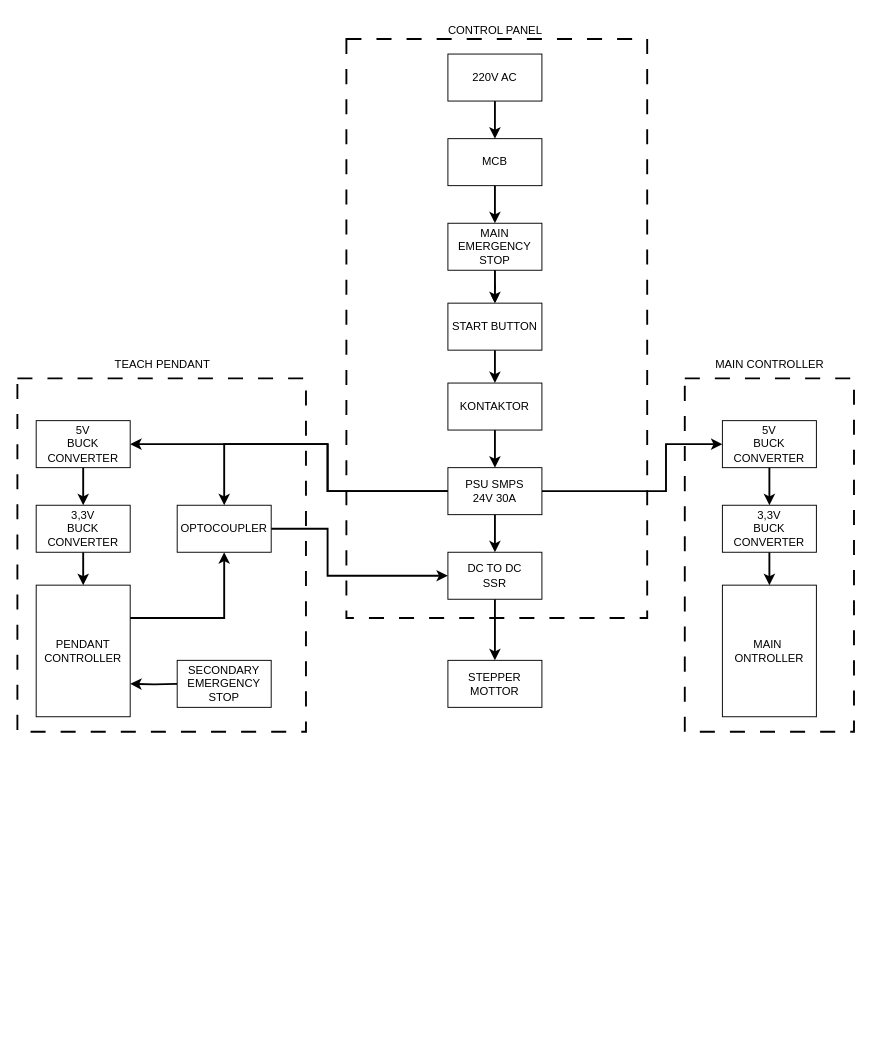
Before: page "Tanpa Penanda" (2 of 2) of Breakdown/Arm Manipulator Electricall Supply Circuit.drawio in AlfonsusGiovanni/Welding-Arm-Manipulator, a draw.io diagram. Source tidied: cells renumbered, new cells numbered last; positions are measured from the earlier drawing's top-left corner, leaving out a move shared by most shapes. Both pictures are drawn from the tidied source at 94%, with x=0, y=0 at pixel (17, 16).
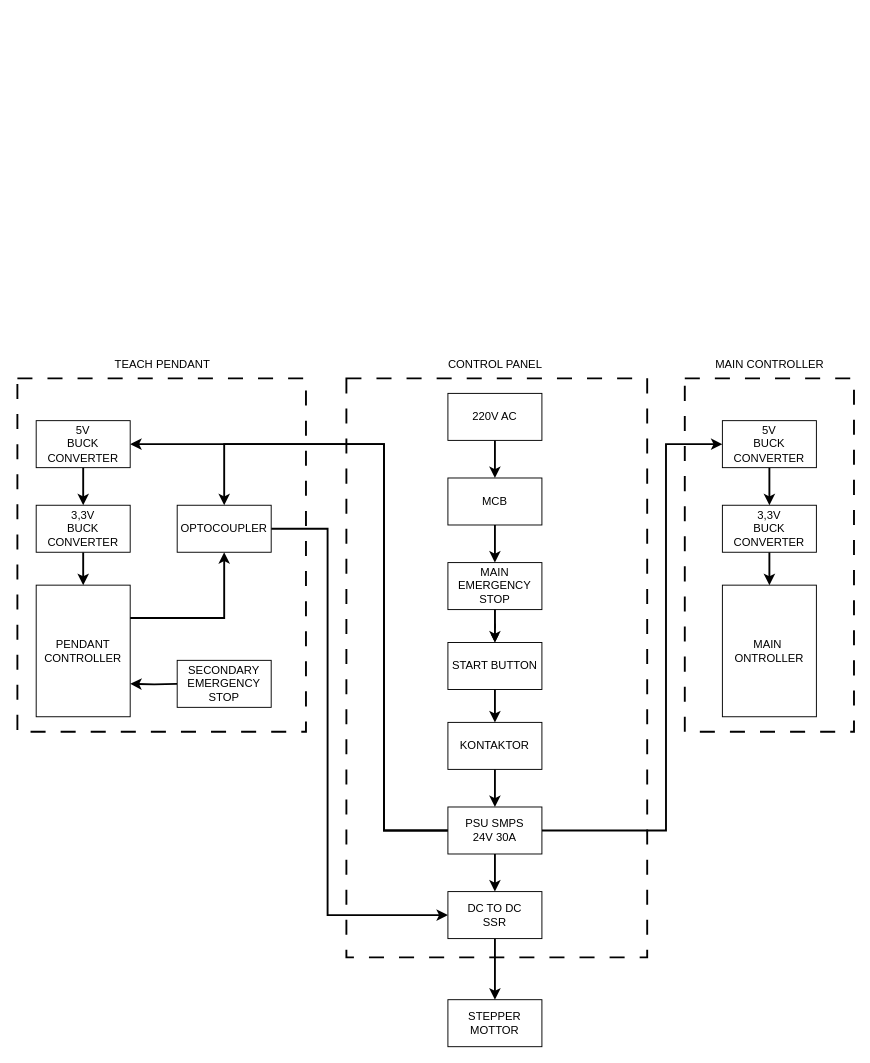
The same diagram, later.

Unchanged cells that the change refers to:
```xml
<mxCell id="13" value="5V&lt;div style=&quot;font-size: 12px;&quot;&gt;BUCK CONVERTER&lt;/div&gt;" style="rounded=0;whiteSpace=wrap;html=1;fontSize=12;" parent="1" vertex="1">
  <mxGeometry x="20" y="430" width="100" height="50" as="geometry" />
</mxCell>
<mxCell id="19" value="5V&lt;div style=&quot;font-size: 12px;&quot;&gt;BUCK CONVERTER&lt;/div&gt;" style="rounded=0;whiteSpace=wrap;html=1;fontSize=12;" parent="1" vertex="1">
  <mxGeometry x="750" y="430" width="100" height="50" as="geometry" />
</mxCell>
<mxCell id="28" value="&lt;div style=&quot;font-size: 12px;&quot;&gt;OPTOCOUPLER&lt;/div&gt;" style="rounded=0;whiteSpace=wrap;html=1;fontSize=12;" parent="1" vertex="1">
  <mxGeometry x="170" y="520" width="100" height="50" as="geometry" />
</mxCell>
```

The edit, as a diff of the source:
```diff
@@
     <mxCell id="3" style="rounded=0;whiteSpace=wrap;html=1;fillColor=none;dashed=1;dashPattern=8 8;fontSize=12;strokeWidth=2;" parent="1" vertex="1">
-      <mxGeometry x="350" y="24" width="320" height="616" as="geometry" />
+      <mxGeometry x="350" y="385" width="320" height="616" as="geometry" />
     </mxCell>
@@
     <mxCell id="6" style="edgeStyle=orthogonalEdgeStyle;rounded=0;jettySize=auto;html=1;entryX=1;entryY=0.5;entryDx=0;entryDy=0;exitX=0;exitY=0.5;exitDx=0;exitDy=0;strokeWidth=2;fontSize=12;" parent="1" edge="1" source="10" target="13">
       <mxGeometry relative="1" as="geometry">
         <Array as="points">
-          <mxPoint x="330" y="505" />
-          <mxPoint x="330" y="455" />
+          <mxPoint x="390" y="866" />
+          <mxPoint x="390" y="455" />
         </Array>
       </mxGeometry>
     </mxCell>
     <mxCell id="7" style="edgeStyle=orthogonalEdgeStyle;rounded=0;jettySize=auto;html=1;exitX=1;exitY=0.5;exitDx=0;exitDy=0;entryX=0;entryY=0.5;entryDx=0;entryDy=0;strokeWidth=2;fontSize=12;" parent="1" edge="1" source="10" target="19">
       <mxGeometry x="-0.21" relative="1" as="geometry">
         <Array as="points">
-          <mxPoint x="690" y="505" />
+          <mxPoint x="690" y="866" />
           <mxPoint x="690" y="455" />
         </Array>
         <mxPoint y="1" as="offset" />
       </mxGeometry>
     </mxCell>
@@
-    <mxCell id="9" style="edgeStyle=orthogonalEdgeStyle;rounded=0;jettySize=auto;html=1;exitX=0;exitY=0.5;exitDx=0;exitDy=0;entryX=0.5;entryY=0;entryDx=0;entryDy=0;strokeWidth=2;" parent="1" edge="1" source="10" target="28">
+    <mxCell id="9" style="edgeStyle=orthogonalEdgeStyle;rounded=0;jettySize=auto;html=1;entryX=0.5;entryY=0;entryDx=0;entryDy=0;strokeWidth=2;exitX=0;exitY=0.5;exitDx=0;exitDy=0;" parent="1" edge="1" source="10" target="28">
       <mxGeometry relative="1" as="geometry">
         <Array as="points">
-          <mxPoint x="330" y="505" />
-          <mxPoint x="330" y="455" />
+          <mxPoint x="390" y="866" />
+          <mxPoint x="390" y="455" />
           <mxPoint x="220" y="455" />
         </Array>
       </mxGeometry>
     </mxCell>
     <mxCell id="10" value="&lt;div&gt;PSU SMPS&lt;/div&gt;&lt;span style=&quot;background-color: initial;&quot;&gt;24V 30A&lt;/span&gt;" style="rounded=0;whiteSpace=wrap;html=1;fontSize=12;" parent="1" vertex="1">
-      <mxGeometry x="458" y="480" width="100" height="50" as="geometry" />
+      <mxGeometry x="458" y="841" width="100" height="50" as="geometry" />
     </mxCell>
@@
     <mxCell id="17" value="&lt;div style=&quot;font-size: 12px;&quot;&gt;MAIN&lt;/div&gt;EMERGENCY&lt;div style=&quot;font-size: 12px;&quot;&gt;STOP&lt;/div&gt;" style="rounded=0;whiteSpace=wrap;html=1;fontSize=12;" parent="1" vertex="1">
-      <mxGeometry x="458" y="220" width="100" height="50" as="geometry" />
+      <mxGeometry x="458" y="581" width="100" height="50" as="geometry" />
     </mxCell>
@@
     <mxCell id="21" value="MCB" style="rounded=0;whiteSpace=wrap;html=1;fontSize=12;" parent="1" vertex="1">
-      <mxGeometry x="458" y="130" width="100" height="50" as="geometry" />
+      <mxGeometry x="458" y="491" width="100" height="50" as="geometry" />
     </mxCell>
@@
     <mxCell id="23" value="KONTAKTOR" style="rounded=0;whiteSpace=wrap;html=1;fontSize=12;" parent="1" vertex="1">
-      <mxGeometry x="458" y="390" width="100" height="50" as="geometry" />
+      <mxGeometry x="458" y="751" width="100" height="50" as="geometry" />
     </mxCell>
@@
-    <mxCell id="27" style="edgeStyle=orthogonalEdgeStyle;rounded=0;jettySize=auto;html=1;exitX=1;exitY=0.5;exitDx=0;exitDy=0;entryX=0;entryY=0.5;entryDx=0;entryDy=0;strokeWidth=2;" parent="1" edge="1" source="28" target="39">
+    <mxCell id="27" style="edgeStyle=orthogonalEdgeStyle;rounded=0;jettySize=auto;html=1;exitX=1;exitY=0.5;exitDx=0;exitDy=0;strokeWidth=2;entryX=0;entryY=0.5;entryDx=0;entryDy=0;" parent="1" edge="1" source="28" target="39">
       <mxGeometry relative="1" as="geometry">
         <Array as="points">
           <mxPoint x="330" y="545" />
-          <mxPoint x="330" y="595" />
+          <mxPoint x="330" y="956" />
         </Array>
       </mxGeometry>
     </mxCell>
@@
     <mxCell id="30" value="220V AC" style="rounded=0;whiteSpace=wrap;html=1;fontSize=12;" parent="1" vertex="1">
-      <mxGeometry x="458" y="40" width="100" height="50" as="geometry" />
+      <mxGeometry x="458" y="401" width="100" height="50" as="geometry" />
     </mxCell>
@@
     <mxCell id="33" value="STEPPER&lt;div style=&quot;font-size: 12px;&quot;&gt;MOTTOR&lt;/div&gt;" style="rounded=0;whiteSpace=wrap;html=1;fontSize=12;" parent="1" vertex="1">
-      <mxGeometry x="458" y="685" width="100" height="50" as="geometry" />
+      <mxGeometry x="458" y="1046" width="100" height="50" as="geometry" />
     </mxCell>
     <mxCell id="34" value="CONTROL PANEL" style="text;html=1;align=center;verticalAlign=middle;strokeColor=none;fillColor=none;" parent="1" vertex="1">
-      <mxGeometry x="448" width="120" height="30" as="geometry" />
+      <mxGeometry x="448" y="355" width="120" height="30" as="geometry" />
     </mxCell>
     <mxCell id="35" style="edgeStyle=orthogonalEdgeStyle;rounded=0;jettySize=auto;html=1;exitX=0.5;exitY=1;exitDx=0;exitDy=0;entryX=0.5;entryY=0;entryDx=0;entryDy=0;strokeWidth=2;fontSize=12;" parent="1" edge="1" target="37">
       <mxGeometry relative="1" as="geometry">
-        <mxPoint x="508" y="270" as="sourcePoint" />
+        <mxPoint x="508" y="631" as="sourcePoint" />
       </mxGeometry>
     </mxCell>
@@
     <mxCell id="37" value="&lt;div style=&quot;font-size: 12px;&quot;&gt;START BUTTON&lt;/div&gt;" style="rounded=0;whiteSpace=wrap;html=1;fontSize=12;" parent="1" vertex="1">
-      <mxGeometry x="458" y="305" width="100" height="50" as="geometry" />
+      <mxGeometry x="458" y="666" width="100" height="50" as="geometry" />
     </mxCell>
@@
     <mxCell id="39" value="DC TO DC&lt;div style=&quot;font-size: 12px;&quot;&gt;SSR&lt;/div&gt;" style="rounded=0;whiteSpace=wrap;html=1;fontSize=12;" parent="1" vertex="1">
-      <mxGeometry x="458" y="570" width="100" height="50" as="geometry" />
+      <mxGeometry x="458" y="931" width="100" height="50" as="geometry" />
     </mxCell>
```
